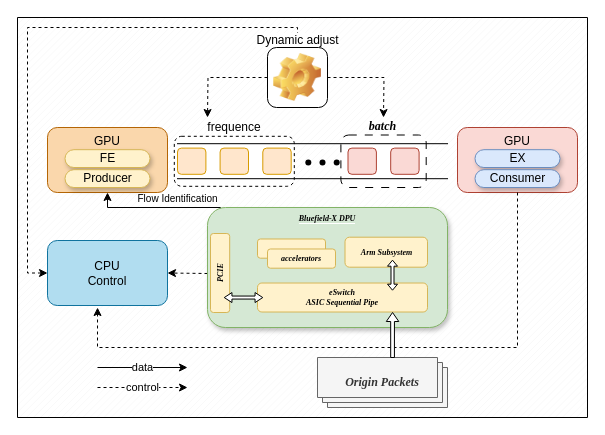
Above: 未命名绘图.drawio in CHRIS123540/GPU (draw.io), before the change. Source tidied: cells renumbered, new cells numbered last; positions are measured from the earlier drawing's top-left corner, leaving out a move shared by most shapes. Both pictures are drawn from the tidied source at 100%, with x=0, y=0 at pixel (17, 17).
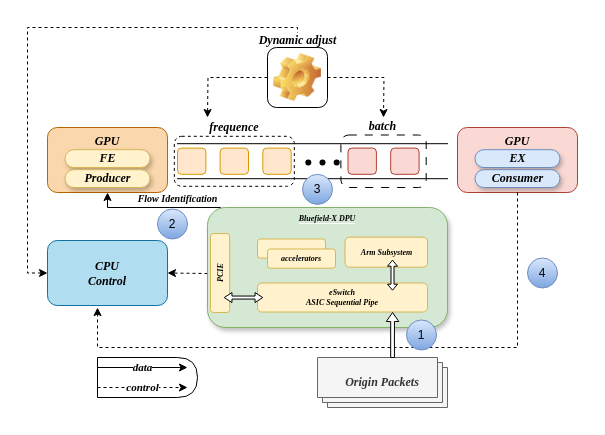
Above is the later version.

Commit message (it also covers changes not shown here):
更新未命名绘图.drawio

Unchanged cells that the change refers to:
```xml
<mxCell id="22" value="&lt;font style=&quot;font-size: 8px;&quot;&gt;&lt;span style=&quot;font-size: 8px;&quot;&gt;&lt;span style=&quot;font-size: 8px;&quot;&gt;PCIE&lt;br style=&quot;font-size: 8px;&quot;&gt;&lt;/span&gt;&lt;/span&gt;&lt;/font&gt;" style="rounded=1;html=1;fillColor=#fff2cc;strokeColor=#d6b656;direction=west;fontStyle=3;verticalAlign=middle;horizontal=0;whiteSpace=wrap;fontSize=8;fontFamily=Times New Roman;" parent="1" vertex="1">
  <mxGeometry x="193" y="216" width="19.2" height="79" as="geometry" />
</mxCell>
```

Diff of the diagram source:
```diff
@@
-    <mxCell id="2" style="verticalLabelPosition=bottom;verticalAlign=top;html=1;shape=mxgraph.basic.patternFillRect;fillStyle=diag;step=5;fillStrokeWidth=0.2;fillStrokeColor=#dddddd;" parent="1" vertex="1">
-      <mxGeometry width="570" height="400" as="geometry" />
-    </mxCell>
+    <mxCell id="41" style="shape=delay;whiteSpace=wrap;html=1;" parent="1" vertex="1">
+      <mxGeometry x="80" y="340" width="100" height="40" as="geometry" />
+    </mxCell>
@@
-    <mxCell id="4" value="CPU&lt;br&gt;Control" style="rounded=1;whiteSpace=wrap;html=1;fillColor=#b1ddf0;strokeColor=#10739e;" parent="1" vertex="1">
+    <mxCell id="4" value="CPU&lt;br&gt;Control" style="rounded=1;whiteSpace=wrap;html=1;fillColor=#b1ddf0;strokeColor=#10739e;fontFamily=Times New Roman;fontStyle=3;" parent="1" vertex="1">
       <mxGeometry x="30" y="223" width="120" height="65" as="geometry" />
     </mxCell>
-    <mxCell id="5" value="data" style="endArrow=classic;html=1;rounded=0;" parent="1" edge="1">
+    <mxCell id="5" value="data" style="endArrow=classic;html=1;rounded=0;fontFamily=Times New Roman;fontStyle=3;" parent="1" edge="1">
       <mxGeometry relative="1" as="geometry">
         <mxPoint x="80" y="350" as="sourcePoint" />
         <mxPoint x="170" y="350" as="targetPoint" />
       </mxGeometry>
     </mxCell>
-    <mxCell id="6" value="control" style="endArrow=classic;html=1;rounded=0;dashed=1;" parent="1" edge="1">
+    <mxCell id="6" value="control" style="endArrow=classic;html=1;rounded=0;dashed=1;fontFamily=Times New Roman;fontStyle=3;" parent="1" edge="1">
       <mxGeometry relative="1" as="geometry">
         <mxPoint x="80" y="370" as="sourcePoint" />
         <mxPoint x="170" y="370" as="targetPoint" />
       </mxGeometry>
     </mxCell>
-    <mxCell id="7" style="endArrow=classic;html=1;rounded=0;entryX=1;entryY=0.5;entryDx=0;entryDy=0;dashed=1;" parent="1" edge="1" target="4">
+    <mxCell id="7" style="endArrow=classic;html=1;rounded=0;entryX=1;entryY=0.5;entryDx=0;entryDy=0;dashed=1;fontFamily=Times New Roman;fontStyle=3;" parent="1" edge="1" target="4">
       <mxGeometry relative="1" as="geometry">
         <mxPoint x="190" y="256" as="sourcePoint" />
       </mxGeometry>
     </mxCell>
-    <mxCell id="8" value="GPU&lt;br&gt;" style="rounded=1;whiteSpace=wrap;html=1;fillColor=#fad7ac;strokeColor=#b46504;verticalAlign=top;" parent="1" vertex="1">
+    <mxCell id="8" value="GPU&lt;br&gt;" style="rounded=1;whiteSpace=wrap;html=1;fillColor=#fad7ac;strokeColor=#b46504;verticalAlign=top;fontFamily=Times New Roman;fontStyle=3;" parent="1" vertex="1">
       <mxGeometry x="30" y="110" width="120" height="65" as="geometry" />
     </mxCell>
-    <mxCell id="9" style="endArrow=classic;html=1;rounded=0;entryX=0.5;entryY=1;entryDx=0;entryDy=0;exitX=0.5;exitY=1;exitDx=0;exitDy=0;" parent="1" edge="1" source="22" target="8">
+    <mxCell id="9" style="endArrow=classic;html=1;rounded=0;entryX=0.5;entryY=1;entryDx=0;entryDy=0;exitX=0.5;exitY=1;exitDx=0;exitDy=0;fontFamily=Times New Roman;fontStyle=3;" parent="1" edge="1" source="22" target="8">
       <mxGeometry relative="1" as="geometry">
         <Array as="points">
           <mxPoint x="203" y="190" />
           <mxPoint x="90" y="190" />
         </Array>
       </mxGeometry>
     </mxCell>
-    <mxCell id="10" value="Flow Identification" style="edgeLabel;html=1;align=center;verticalAlign=bottom;fontSize=10;labelPosition=center;verticalLabelPosition=middle;" parent="9" vertex="1">
+    <mxCell id="10" value="Flow Identification" style="edgeLabel;html=1;align=center;verticalAlign=bottom;fontSize=10;labelPosition=center;verticalLabelPosition=middle;fontFamily=Times New Roman;fontStyle=3;" parent="9" vertex="1">
       <mxGeometry x="-0.09" y="-1" relative="1" as="geometry" />
     </mxCell>
-    <mxCell id="11" value="GPU" style="rounded=1;whiteSpace=wrap;html=1;fillColor=#fad9d5;strokeColor=#ae4132;verticalAlign=top;" parent="1" vertex="1">
+    <mxCell id="11" value="GPU" style="rounded=1;whiteSpace=wrap;html=1;fillColor=#fad9d5;strokeColor=#ae4132;verticalAlign=top;fontFamily=Times New Roman;fontStyle=3;" parent="1" vertex="1">
       <mxGeometry x="440" y="110" width="120" height="65" as="geometry" />
     </mxCell>
-    <mxCell id="12" style="endArrow=classic;html=1;rounded=0;entryX=0.417;entryY=1.031;entryDx=0;entryDy=0;dashed=1;exitX=0.5;exitY=1;exitDx=0;exitDy=0;entryPerimeter=0;" parent="1" edge="1" source="11" target="4">
+    <mxCell id="12" style="endArrow=classic;html=1;rounded=0;entryX=0.417;entryY=1.031;entryDx=0;entryDy=0;dashed=1;exitX=0.5;exitY=1;exitDx=0;exitDy=0;entryPerimeter=0;fontFamily=Times New Roman;fontStyle=3;" parent="1" edge="1" source="11" target="4">
       <mxGeometry relative="1" as="geometry">
         <Array as="points">
           <mxPoint x="500" y="330" />
           <mxPoint x="80" y="330" />
         </Array>
       </mxGeometry>
     </mxCell>
-    <mxCell id="13" value="FE" style="rounded=1;whiteSpace=wrap;html=1;arcSize=50;fillColor=#fff2cc;strokeColor=#d6b656;shadow=1;fillStyle=auto;" parent="1" vertex="1">
+    <mxCell id="13" value="FE" style="rounded=1;whiteSpace=wrap;html=1;arcSize=50;fillColor=#fff2cc;strokeColor=#d6b656;shadow=1;fillStyle=auto;fontFamily=Times New Roman;fontStyle=3;" parent="1" vertex="1">
       <mxGeometry x="47.5" y="132.2" width="85" height="17.8" as="geometry" />
     </mxCell>
-    <mxCell id="14" value="Producer" style="rounded=1;whiteSpace=wrap;html=1;arcSize=50;fillColor=#fff2cc;strokeColor=#d6b656;shadow=1;" parent="1" vertex="1">
+    <mxCell id="14" value="Producer" style="rounded=1;whiteSpace=wrap;html=1;arcSize=50;fillColor=#fff2cc;strokeColor=#d6b656;shadow=1;fontFamily=Times New Roman;fontStyle=3;" parent="1" vertex="1">
       <mxGeometry x="47.5" y="152.2" width="85" height="17.8" as="geometry" />
     </mxCell>
-    <mxCell id="15" style="edgeStyle=orthogonalEdgeStyle;rounded=0;jettySize=auto;html=1;dashed=1;" parent="1" edge="1" source="18">
+    <mxCell id="15" style="edgeStyle=orthogonalEdgeStyle;rounded=0;jettySize=auto;html=1;dashed=1;fontFamily=Times New Roman;fontStyle=3;" parent="1" edge="1" source="18">
       <mxGeometry relative="1" as="geometry">
         <mxPoint x="366" y="100" as="targetPoint" />
       </mxGeometry>
     </mxCell>
-    <mxCell id="16" style="edgeStyle=orthogonalEdgeStyle;rounded=0;jettySize=auto;html=1;exitX=0;exitY=0.5;exitDx=0;exitDy=0;dashed=1;" parent="1" edge="1" source="18">
+    <mxCell id="16" style="edgeStyle=orthogonalEdgeStyle;rounded=0;jettySize=auto;html=1;exitX=0;exitY=0.5;exitDx=0;exitDy=0;dashed=1;fontFamily=Times New Roman;fontStyle=3;" parent="1" edge="1" source="18">
       <mxGeometry relative="1" as="geometry">
         <mxPoint x="190" y="100" as="targetPoint" />
       </mxGeometry>
     </mxCell>
-    <mxCell id="17" style="edgeStyle=orthogonalEdgeStyle;rounded=0;jettySize=auto;html=1;entryX=0;entryY=0.5;entryDx=0;entryDy=0;dashed=1;" parent="1" edge="1" source="18" target="4">
+    <mxCell id="17" style="edgeStyle=orthogonalEdgeStyle;rounded=0;jettySize=auto;html=1;entryX=0;entryY=0.5;entryDx=0;entryDy=0;dashed=1;fontFamily=Times New Roman;fontStyle=3;" parent="1" edge="1" source="18" target="4">
       <mxGeometry relative="1" as="geometry">
         <Array as="points">
           <mxPoint x="280" y="10" />
           <mxPoint x="10" y="10" />
           <mxPoint x="10" y="256" />
         </Array>
       </mxGeometry>
     </mxCell>
-    <mxCell id="18" value="Dynamic adjust" style="icon;html=1;image=img/clipart/Gear_128x128.png;labelPosition=center;verticalLabelPosition=top;align=center;verticalAlign=bottom;" parent="1" vertex="1">
+    <mxCell id="18" value="Dynamic adjust" style="icon;html=1;image=img/clipart/Gear_128x128.png;labelPosition=center;verticalLabelPosition=top;align=center;verticalAlign=bottom;fontFamily=Times New Roman;fontStyle=3;" parent="1" vertex="1">
       <mxGeometry x="250" y="30" width="60" height="60" as="geometry" />
     </mxCell>
-    <mxCell id="19" value="EX" style="rounded=1;whiteSpace=wrap;html=1;arcSize=50;fillColor=#dae8fc;strokeColor=#6c8ebf;shadow=1;fillStyle=auto;" parent="1" vertex="1">
+    <mxCell id="19" value="EX" style="rounded=1;whiteSpace=wrap;html=1;arcSize=50;fillColor=#dae8fc;strokeColor=#6c8ebf;shadow=1;fillStyle=auto;fontFamily=Times New Roman;fontStyle=3;" parent="1" vertex="1">
       <mxGeometry x="457.5" y="132.2" width="85" height="17.8" as="geometry" />
     </mxCell>
-    <mxCell id="20" value="Consumer" style="rounded=1;whiteSpace=wrap;html=1;arcSize=50;fillColor=#dae8fc;strokeColor=#6c8ebf;shadow=1;fillStyle=auto;" parent="1" vertex="1">
+    <mxCell id="20" value="Consumer" style="rounded=1;whiteSpace=wrap;html=1;arcSize=50;fillColor=#dae8fc;strokeColor=#6c8ebf;shadow=1;fillStyle=auto;fontFamily=Times New Roman;fontStyle=3;" parent="1" vertex="1">
       <mxGeometry x="457.5" y="152.2" width="85" height="17.8" as="geometry" />
     </mxCell>
@@
-    <mxCell id="29" style="shape=singleArrow;direction=north;whiteSpace=wrap;html=1;" parent="1" vertex="1">
+    <mxCell id="29" style="shape=singleArrow;direction=north;whiteSpace=wrap;html=1;fontFamily=Times New Roman;fontStyle=3;" parent="1" vertex="1">
       <mxGeometry x="368.8" y="295" width="12.5" height="45" as="geometry" />
     </mxCell>
-    <mxCell id="30" value="frequence" style="rounded=1;whiteSpace=wrap;html=1;verticalAlign=bottom;labelPosition=center;verticalLabelPosition=top;align=center;dashed=1;" parent="1" vertex="1">
+    <mxCell id="30" value="frequence" style="rounded=1;whiteSpace=wrap;html=1;verticalAlign=bottom;labelPosition=center;verticalLabelPosition=top;align=center;dashed=1;fontFamily=Times New Roman;fontStyle=3;" parent="1" vertex="1">
       <mxGeometry x="156.8" y="118.8" width="120" height="50" as="geometry" />
     </mxCell>
-    <mxCell id="31" value="&lt;i&gt;&lt;b&gt;&lt;font face=&quot;Times New Roman&quot;&gt;batch&lt;/font&gt;&lt;/b&gt;&lt;/i&gt;" style="rounded=1;whiteSpace=wrap;html=1;gradientColor=none;dashed=1;dashPattern=8 8;labelPosition=center;verticalLabelPosition=top;align=center;verticalAlign=bottom;" parent="1" vertex="1">
+    <mxCell id="31" value="&lt;span&gt;&lt;span&gt;&lt;font&gt;batch&lt;/font&gt;&lt;/span&gt;&lt;/span&gt;" style="rounded=1;whiteSpace=wrap;html=1;gradientColor=none;dashed=1;dashPattern=8 8;labelPosition=center;verticalLabelPosition=top;align=center;verticalAlign=bottom;fontFamily=Times New Roman;fontStyle=3;" parent="1" vertex="1">
       <mxGeometry x="323.4" y="117.5" width="85.3" height="52.5" as="geometry" />
     </mxCell>
-    <mxCell id="32" style="shape=partialRectangle;whiteSpace=wrap;html=1;left=0;right=0;fillColor=none;" parent="1" vertex="1">
+    <mxCell id="32" style="shape=partialRectangle;whiteSpace=wrap;html=1;left=0;right=0;fillColor=none;fontFamily=Times New Roman;fontStyle=3;" parent="1" vertex="1">
       <mxGeometry x="160" y="126.2" width="270" height="35" as="geometry" />
     </mxCell>
-    <mxCell id="33" style="rounded=1;whiteSpace=wrap;html=1;fillColor=#fad9d5;strokeColor=#ae4132;" parent="1" vertex="1">
+    <mxCell id="33" style="rounded=1;whiteSpace=wrap;html=1;fillColor=#fad9d5;strokeColor=#ae4132;fontFamily=Times New Roman;fontStyle=3;" parent="1" vertex="1">
       <mxGeometry x="330.5" y="130.6" width="28.4" height="26.2" as="geometry" />
     </mxCell>
-    <mxCell id="34" style="rounded=1;whiteSpace=wrap;html=1;fillColor=#fad9d5;strokeColor=#ae4132;" parent="1" vertex="1">
+    <mxCell id="34" style="rounded=1;whiteSpace=wrap;html=1;fillColor=#fad9d5;strokeColor=#ae4132;fontFamily=Times New Roman;fontStyle=3;" parent="1" vertex="1">
       <mxGeometry x="373.2" y="130.6" width="28.4" height="26.2" as="geometry" />
     </mxCell>
-    <mxCell id="35" style="rounded=1;whiteSpace=wrap;html=1;fillColor=#ffe6cc;strokeColor=#d79b00;" parent="1" vertex="1">
+    <mxCell id="35" style="rounded=1;whiteSpace=wrap;html=1;fillColor=#ffe6cc;strokeColor=#d79b00;fontFamily=Times New Roman;fontStyle=3;" parent="1" vertex="1">
       <mxGeometry x="160" y="130.6" width="28.4" height="26.2" as="geometry" />
     </mxCell>
-    <mxCell id="36" style="rounded=1;whiteSpace=wrap;html=1;fillColor=#ffe6cc;strokeColor=#d79b00;" parent="1" vertex="1">
+    <mxCell id="36" style="rounded=1;whiteSpace=wrap;html=1;fillColor=#ffe6cc;strokeColor=#d79b00;fontFamily=Times New Roman;fontStyle=3;" parent="1" vertex="1">
       <mxGeometry x="202.6" y="130.6" width="28.4" height="26.2" as="geometry" />
     </mxCell>
-    <mxCell id="37" style="shape=waypoint;sketch=0;fillStyle=solid;size=6;fillColor=none;perimeter=centerPerimeter;" parent="1" vertex="1">
+    <mxCell id="37" style="shape=waypoint;sketch=0;fillStyle=solid;size=6;fillColor=none;perimeter=centerPerimeter;fontFamily=Times New Roman;fontStyle=3;" parent="1" vertex="1">
       <mxGeometry x="280.8" y="135" width="20" height="20" as="geometry" />
     </mxCell>
-    <mxCell id="38" style="shape=waypoint;sketch=0;fillStyle=solid;size=6;fillColor=none;perimeter=centerPerimeter;" parent="1" vertex="1">
+    <mxCell id="38" style="shape=waypoint;sketch=0;fillStyle=solid;size=6;fillColor=none;perimeter=centerPerimeter;fontFamily=Times New Roman;fontStyle=3;" parent="1" vertex="1">
       <mxGeometry x="295" y="135" width="20" height="20" as="geometry" />
     </mxCell>
-    <mxCell id="39" style="shape=waypoint;sketch=0;fillStyle=solid;size=6;fillColor=none;perimeter=centerPerimeter;" parent="1" vertex="1">
+    <mxCell id="39" style="shape=waypoint;sketch=0;fillStyle=solid;size=6;fillColor=none;perimeter=centerPerimeter;fontFamily=Times New Roman;fontStyle=3;" parent="1" vertex="1">
       <mxGeometry x="309.2" y="135" width="20" height="20" as="geometry" />
     </mxCell>
-    <mxCell id="40" style="rounded=1;whiteSpace=wrap;html=1;fillColor=#ffe6cc;strokeColor=#d79b00;" parent="1" vertex="1">
+    <mxCell id="40" style="rounded=1;whiteSpace=wrap;html=1;fillColor=#ffe6cc;strokeColor=#d79b00;fontFamily=Times New Roman;fontStyle=3;" parent="1" vertex="1">
       <mxGeometry x="245.3" y="130.6" width="28.4" height="26.2" as="geometry" />
     </mxCell>
+    <mxCell id="42" value="1" style="ellipse;whiteSpace=wrap;html=1;fillColor=#dae8fc;strokeColor=#6c8ebf;gradientColor=#7ea6e0;" parent="1" vertex="1">
+      <mxGeometry x="389" y="302.5" width="30" height="30" as="geometry" />
+    </mxCell>
+    <mxCell id="43" value="2" style="ellipse;whiteSpace=wrap;html=1;fillColor=#dae8fc;gradientColor=#7ea6e0;strokeColor=#6c8ebf;" parent="1" vertex="1">
+      <mxGeometry x="140" y="191.5" width="30" height="30" as="geometry" />
+    </mxCell>
+    <mxCell id="44" value="3" style="ellipse;whiteSpace=wrap;html=1;fillColor=#dae8fc;gradientColor=#7ea6e0;strokeColor=#6c8ebf;" parent="1" vertex="1">
+      <mxGeometry x="285" y="156.9" width="30" height="30" as="geometry" />
+    </mxCell>
+    <mxCell id="45" value="4" style="ellipse;whiteSpace=wrap;html=1;fillColor=#dae8fc;gradientColor=#7ea6e0;strokeColor=#6c8ebf;" parent="1" vertex="1">
+      <mxGeometry x="510" y="240.5" width="30" height="30" as="geometry" />
+    </mxCell>
```
